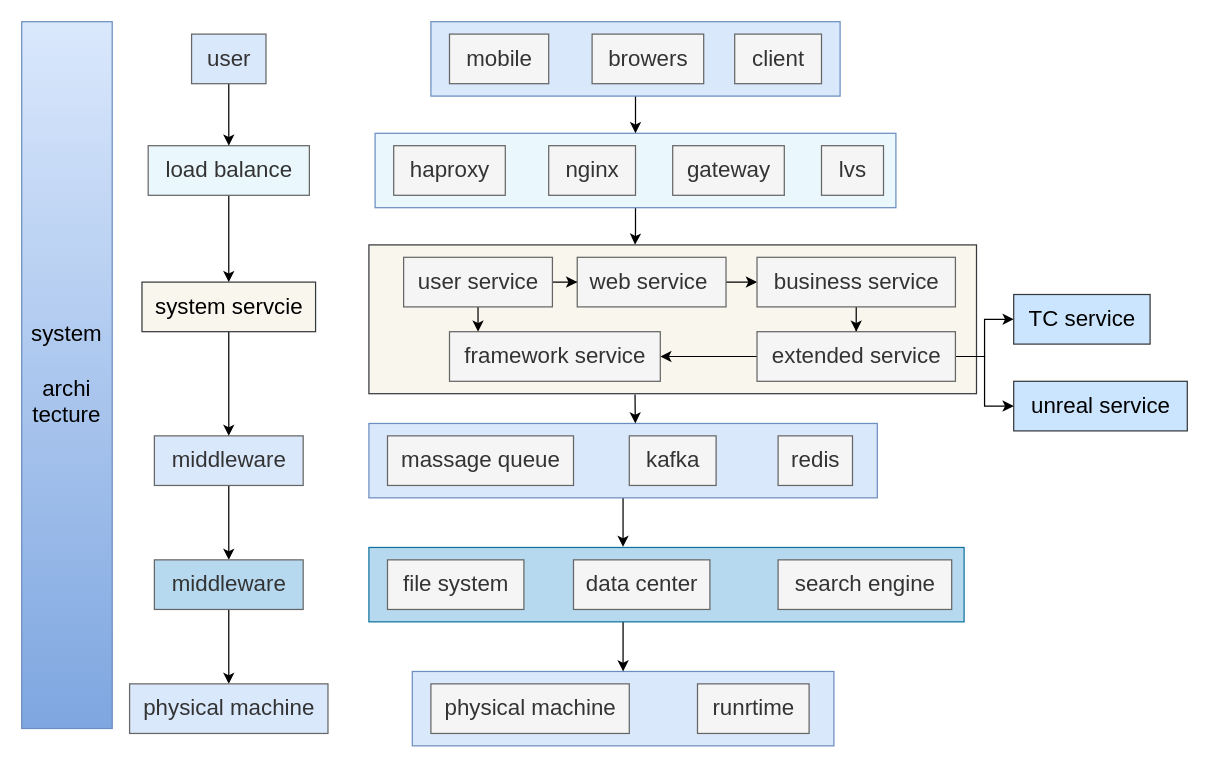
The draw.io diagram page "micro_arch" (1 of 4) of Untitled Diagram.drawio in ssider/draw, before the edit. Source tidied: cells renumbered, new cells numbered last; positions are measured from the earlier drawing's top-left corner, leaving out a move shared by most shapes. Both pictures are drawn from the tidied source at 124%, with x=0, y=0 at pixel (21, 21).
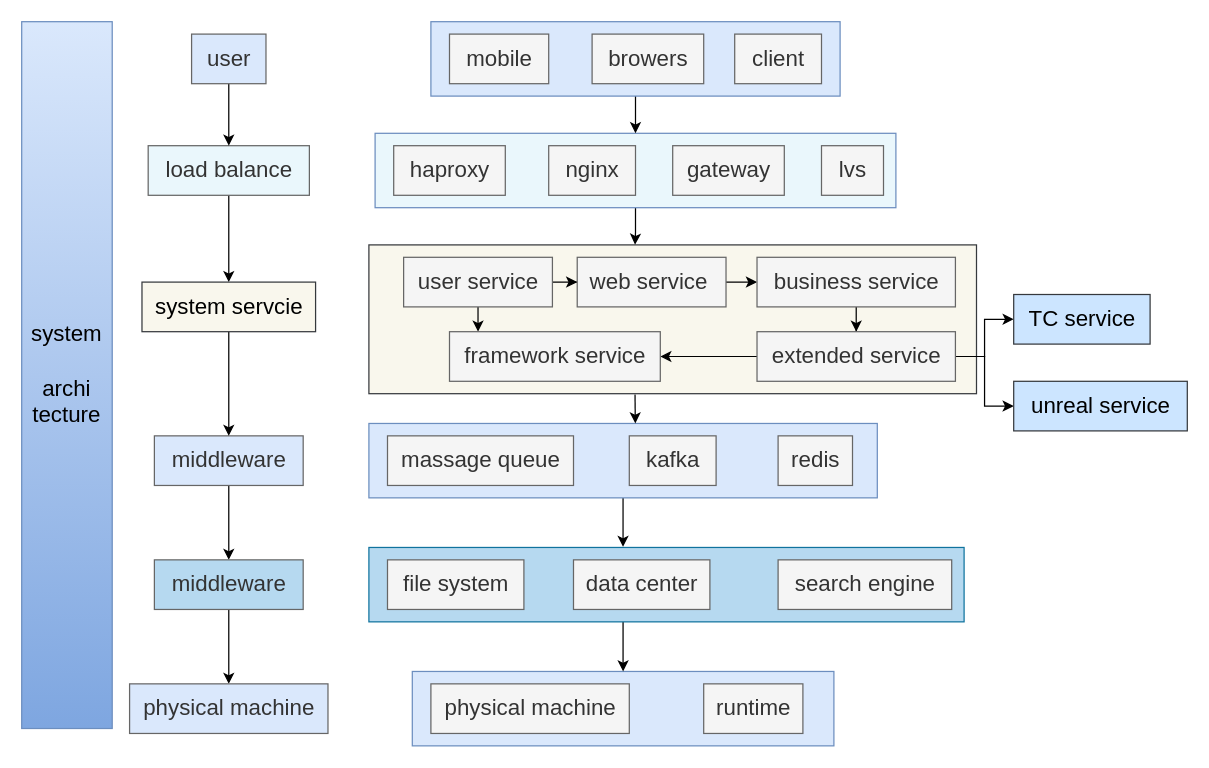
After the change.

What changed in the source:
```diff
@@
-    <mxCell id="45" value="&lt;span style=&quot;font-size: 18px;&quot;&gt;runrtime&lt;/span&gt;" style="text;html=1;align=center;verticalAlign=middle;rounded=0;fillColor=#f5f5f5;strokeColor=#666666;fontColor=#333333;" parent="1" vertex="1">
-      <mxGeometry x="545" y="534" width="90" height="40" as="geometry" />
+    <mxCell id="45" value="&lt;span style=&quot;font-size: 18px;&quot;&gt;runtime&lt;/span&gt;" style="text;html=1;align=center;verticalAlign=middle;rounded=0;fillColor=#f5f5f5;strokeColor=#666666;fontColor=#333333;" parent="1" vertex="1">
+      <mxGeometry x="550" y="534" width="80" height="40" as="geometry" />
     </mxCell>
```
